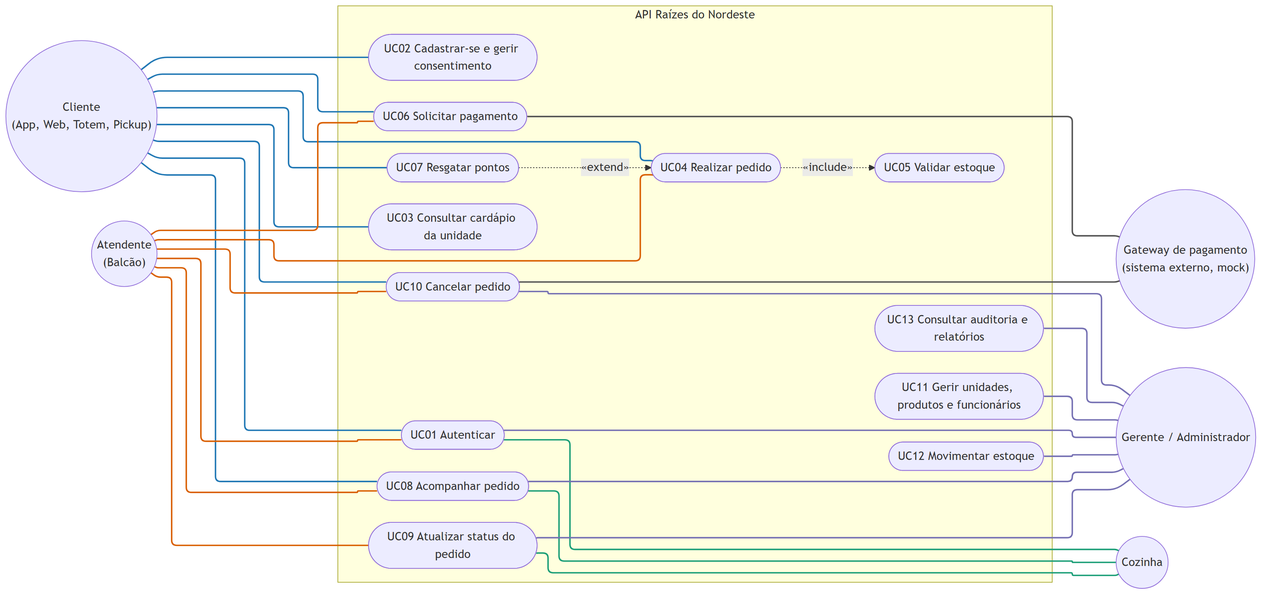
Before: docs/diagramas/casos-de-uso.png, a diagram exported from Mermaid (SoaresCRF/raizes-do-nordeste). Its source is kept beside it as docs/diagramas/casos-de-uso.mmd. Its diagram source:
```mermaid
---
config:
  layout: elk
---
flowchart LR
    cliente(("Cliente<br/>(App, Web, Totem, Pickup)"))
    atendente(("Atendente<br/>(Balcão)"))

    subgraph api["API Raízes do Nordeste"]
        uc02(["UC02 Cadastrar-se e gerir consentimento"])
        uc03(["UC03 Consultar cardápio da unidade"])
        uc07(["UC07 Resgatar pontos"])
        uc04(["UC04 Realizar pedido"])
        uc05(["UC05 Validar estoque"])
        uc01(["UC01 Autenticar"])
        uc08(["UC08 Acompanhar pedido"])
        uc09(["UC09 Atualizar status do pedido"])
        uc06(["UC06 Solicitar pagamento"])
        uc10(["UC10 Cancelar pedido"])
        uc11(["UC11 Gerir unidades, produtos e funcionários"])
        uc12(["UC12 Movimentar estoque"])
        uc13(["UC13 Consultar auditoria e relatórios"])
    end

    cozinha(("Cozinha"))
    gerente(("Gerente / Administrador"))
    gateway(("Gateway de pagamento<br/>(sistema externo, mock)"))

    cliente --- uc01
    cliente --- uc02
    cliente --- uc03
    cliente --- uc04
    cliente --- uc06
    cliente --- uc07
    cliente --- uc08
    cliente --- uc10
    atendente --- uc01
    atendente --- uc04
    atendente --- uc06
    atendente --- uc08
    atendente --- uc09
    atendente --- uc10
    uc01 --- cozinha
    uc08 --- cozinha
    uc09 --- cozinha
    uc01 --- gerente
    uc08 --- gerente
    uc09 --- gerente
    uc10 --- gerente
    uc11 --- gerente
    uc12 --- gerente
    uc13 --- gerente
    uc06 --- gateway
    uc10 --- gateway

    uc04 -. "«include»" .-> uc05
    uc07 -. "«extend»" .-> uc04

    linkStyle 0,1,2,3,4,5,6,7 stroke:#1f77b4,stroke-width:2px
    linkStyle 8,9,10,11,12,13 stroke:#d95f02,stroke-width:2px
    linkStyle 14,15,16 stroke:#1b9e77,stroke-width:2px
    linkStyle 17,18,19,20,21,22,23 stroke:#7570b3,stroke-width:2px
    linkStyle 24,25 stroke:#555555,stroke-width:2px
```
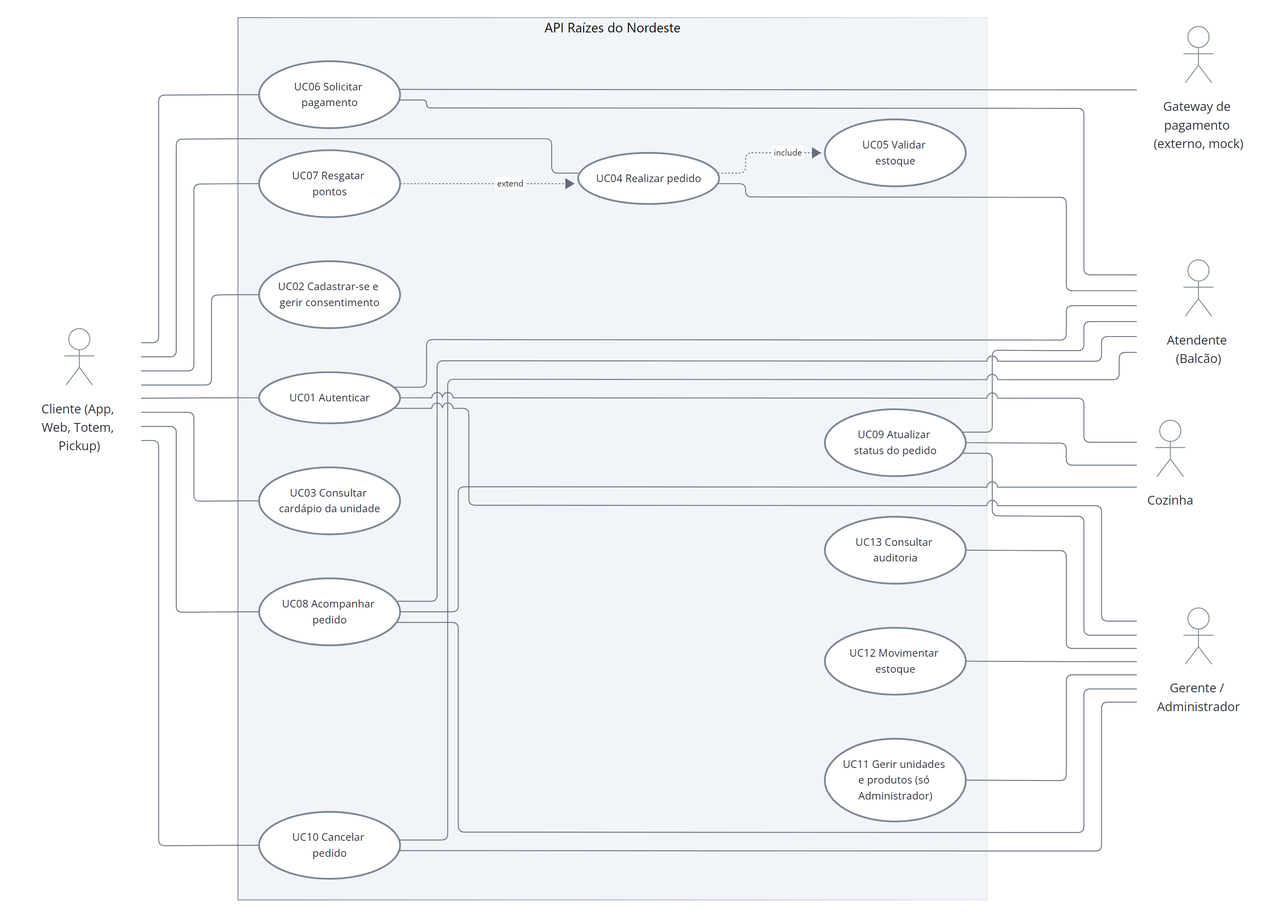
The same diagram one commit later.

The edit, as a diff of the source:
```diff
@@ -1,30 +1,45 @@
 ---
 config:
+  theme: base
   layout: elk
+  elk:
+    forceNodeModelOrder: true
+    nodePlacementStrategy: NETWORK_SIMPLEX
+  fontFamily: "Segoe UI, Arial, sans-serif"
+  themeVariables:
+    fontSize: 15px
+    primaryColor: "#FFFFFF"
+    primaryBorderColor: "#7B8794"
+    primaryTextColor: "#1F2933"
+    lineColor: "#616E7C"
+    clusterBkg: "#F1F4F8"
+    clusterBorder: "#9AA5B1"
+    edgeLabelBackground: "#FFFFFF"
+    dropShadow: none
 ---
-flowchart LR
-    cliente(("Cliente<br/>(App, Web, Totem, Pickup)"))
-    atendente(("Atendente<br/>(Balcão)"))
-
-    subgraph api["API Raízes do Nordeste"]
-        uc02(["UC02 Cadastrar-se e gerir consentimento"])
-        uc03(["UC03 Consultar cardápio da unidade"])
-        uc07(["UC07 Resgatar pontos"])
-        uc04(["UC04 Realizar pedido"])
-        uc05(["UC05 Validar estoque"])
-        uc01(["UC01 Autenticar"])
-        uc08(["UC08 Acompanhar pedido"])
-        uc09(["UC09 Atualizar status do pedido"])
-        uc06(["UC06 Solicitar pagamento"])
-        uc10(["UC10 Cancelar pedido"])
-        uc11(["UC11 Gerir unidades, produtos e funcionários"])
-        uc12(["UC12 Movimentar estoque"])
-        uc13(["UC13 Consultar auditoria e relatórios"])
+usecase-beta
+    direction LR
+    actor cliente("Cliente (App, Web, Totem, Pickup)")
+    systemBoundary "API Raízes do Nordeste"
+      uc02("UC02 Cadastrar-se e gerir consentimento")
+      uc03("UC03 Consultar cardápio da unidade")
+      uc07("UC07 Resgatar pontos")
+      uc04("UC04 Realizar pedido")
+      uc05("UC05 Validar estoque")
+      uc06("UC06 Solicitar pagamento")
+      uc01("UC01 Autenticar")
+      uc08("UC08 Acompanhar pedido")
+      uc10("UC10 Cancelar pedido")
+      uc09("UC09 Atualizar status do pedido")
+      uc11("UC11 Gerir unidades e produtos (só Administrador)")
+      uc12("UC12 Movimentar estoque")
+      uc13("UC13 Consultar auditoria")
     end
 
-    cozinha(("Cozinha"))
-    gerente(("Gerente / Administrador"))
-    gateway(("Gateway de pagamento<br/>(sistema externo, mock)"))
+    actor gateway("Gateway de pagamento (externo, mock)")
+    actor atendente("Atendente (Balcão)")
+    actor cozinha("Cozinha")
+    actor gerente("Gerente / Administrador")
 
     cliente --- uc01
     cliente --- uc02
@@ -34,12 +49,13 @@
     cliente --- uc07
     cliente --- uc08
     cliente --- uc10
-    atendente --- uc01
-    atendente --- uc04
-    atendente --- uc06
-    atendente --- uc08
-    atendente --- uc09
-    atendente --- uc10
+
+    uc01 --- atendente
+    uc04 --- atendente
+    uc06 --- atendente
+    uc08 --- atendente
+    uc09 --- atendente
+    uc10 --- atendente
     uc01 --- cozinha
     uc08 --- cozinha
     uc09 --- cozinha
@@ -51,13 +67,6 @@
     uc12 --- gerente
     uc13 --- gerente
     uc06 --- gateway
-    uc10 --- gateway
 
-    uc04 -. "«include»" .-> uc05
-    uc07 -. "«extend»" .-> uc04
-
-    linkStyle 0,1,2,3,4,5,6,7 stroke:#1f77b4,stroke-width:2px
-    linkStyle 8,9,10,11,12,13 stroke:#d95f02,stroke-width:2px
-    linkStyle 14,15,16 stroke:#1b9e77,stroke-width:2px
-    linkStyle 17,18,19,20,21,22,23 stroke:#7570b3,stroke-width:2px
-    linkStyle 24,25 stroke:#555555,stroke-width:2px
+    uc04 ..> : include uc05
+    uc07 ..> : extend uc04
```
